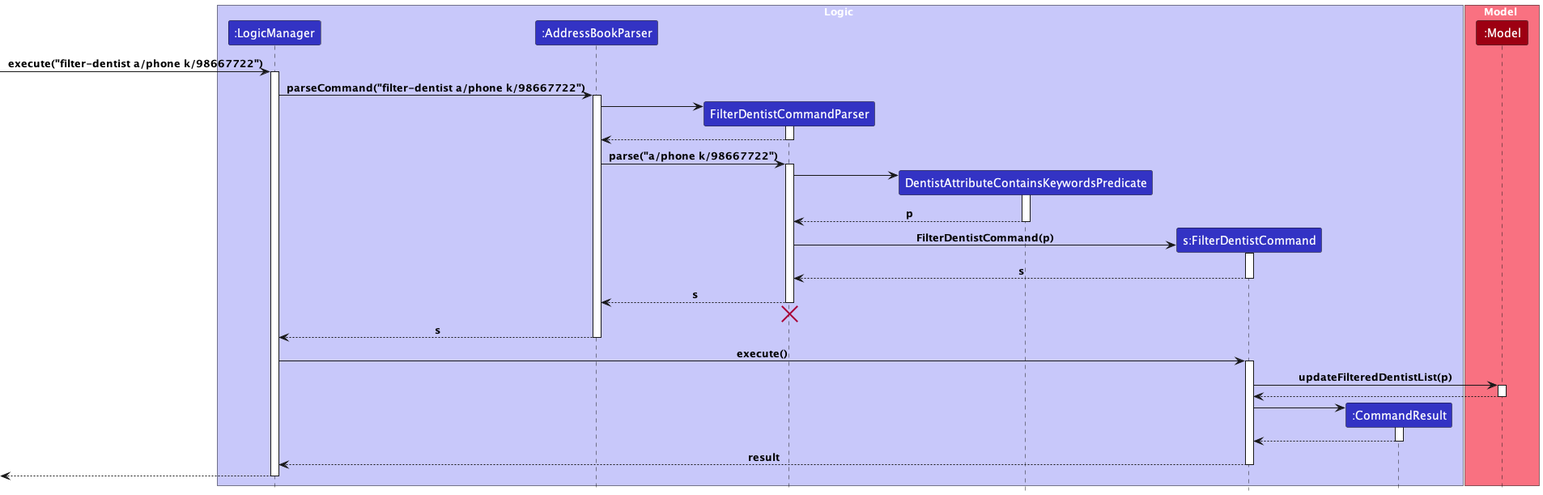
Earlier version of the PlantUML export docs/images/FilterDentistSequenceDiagram.png (techjay-c/tp). Source of this version:
```plantuml
@startuml
!include style.puml

box Logic LOGIC_COLOR_T1
participant ":LogicManager" as LogicManager LOGIC_COLOR
participant ":AddressBookParser" as AddressBookParser LOGIC_COLOR
participant "FilterDentistCommandParser" as FilterDentistCommandParser LOGIC_COLOR
participant "DentistAttributeContainsKeywordsPredicate" as Predicate LOGIC_COLOR
participant "s:FilterDentistCommand" as FilterDentistCommand LOGIC_COLOR
participant ":CommandResult" as CommandResult LOGIC_COLOR
end box

box Model MODEL_COLOR_T1
participant ":Model" as Model MODEL_COLOR
end box

[-> LogicManager : execute("filter-dentist a/phone k/98667722")
activate LogicManager

LogicManager -> AddressBookParser : parseCommand("filter-dentist a/phone k/98667722")
activate AddressBookParser

create FilterDentistCommandParser
AddressBookParser -> FilterDentistCommandParser
activate FilterDentistCommandParser

FilterDentistCommandParser --> AddressBookParser
deactivate FilterDentistCommandParser

AddressBookParser -> FilterDentistCommandParser : parse("a/phone k/98667722")
activate FilterDentistCommandParser

create Predicate
FilterDentistCommandParser -> Predicate
activate Predicate
Predicate --> FilterDentistCommandParser : p
deactivate Predicate

create FilterDentistCommand
FilterDentistCommandParser -> FilterDentistCommand : FilterDentistCommand(p)
activate FilterDentistCommand

FilterDentistCommand --> FilterDentistCommandParser : s
deactivate FilterDentistCommand

FilterDentistCommandParser --> AddressBookParser : s
deactivate FilterDentistCommandParser

FilterDentistCommandParser -[hidden]-> AddressBookParser
destroy FilterDentistCommandParser

AddressBookParser --> LogicManager : s
deactivate AddressBookParser

LogicManager -> FilterDentistCommand : execute()
activate FilterDentistCommand

FilterDentistCommand -> Model : updateFilteredDentistList(p)
activate Model

Model --> FilterDentistCommand
deactivate Model

create CommandResult
FilterDentistCommand -> CommandResult
activate CommandResult

CommandResult --> FilterDentistCommand
deactivate CommandResult

FilterDentistCommand --> LogicManager : result
deactivate FilterDentistCommand

[<--LogicManager
deactivate LogicManager
@enduml
```
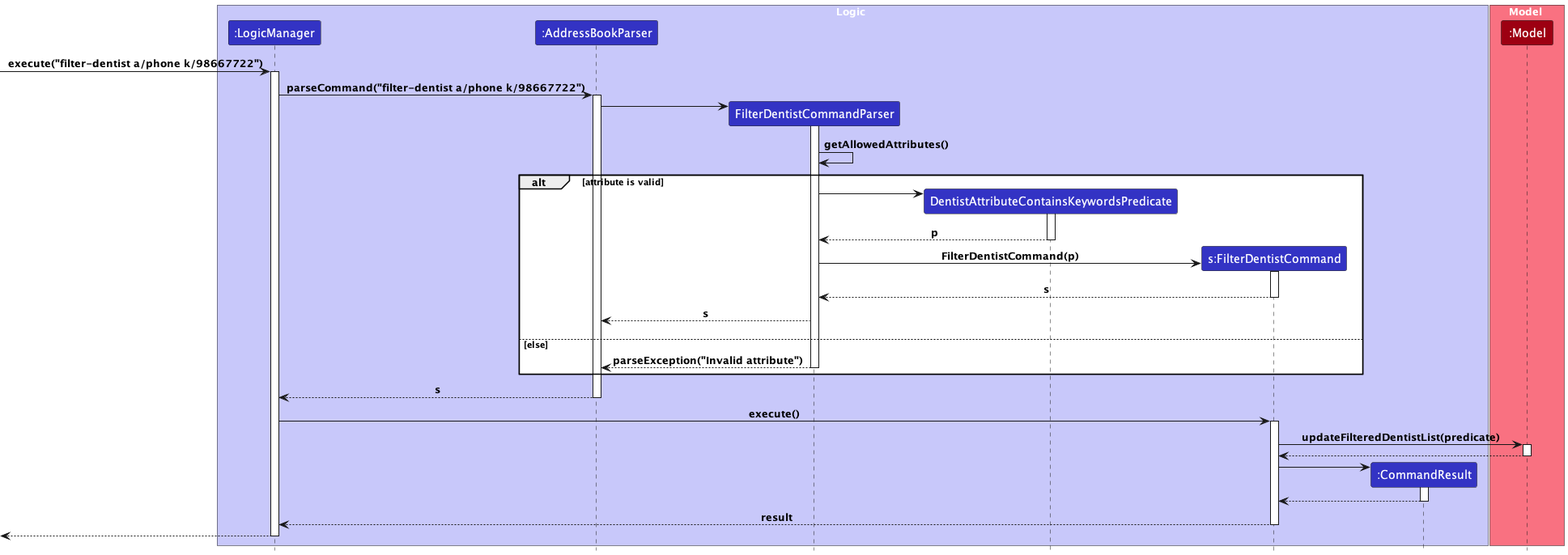
After the change.

Change to the diagram source:
```diff
@@ -21,33 +21,34 @@
 activate AddressBookParser
 
 create FilterDentistCommandParser
-AddressBookParser -> FilterDentistCommandParser
+AddressBookParser -> FilterDentistCommandParser :
 activate FilterDentistCommandParser
 
-FilterDentistCommandParser --> AddressBookParser
+FilterDentistCommandParser -> FilterDentistCommandParser : getAllowedAttributes()
+alt attribute is valid
+    create Predicate
+    FilterDentistCommandParser -> Predicate
+    activate Predicate
+    Predicate --> FilterDentistCommandParser : p
+    deactivate Predicate
+
+    create FilterDentistCommand
+    FilterDentistCommandParser -> FilterDentistCommand : FilterDentistCommand(p)
+    activate FilterDentistCommand
+
+    FilterDentistCommand --> FilterDentistCommandParser : s
+    deactivate FilterDentistCommand
+
+    FilterDentistCommandParser --> AddressBookParser : s
+
+    FilterDentistCommandParser -[hidden]-> AddressBookParser
+
+else else
+    FilterDentistCommandParser --> AddressBookParser : parseException("Invalid attribute")
 deactivate FilterDentistCommandParser
+end
 
-AddressBookParser -> FilterDentistCommandParser : parse("a/phone k/98667722")
-activate FilterDentistCommandParser
 
-create Predicate
-FilterDentistCommandParser -> Predicate
-activate Predicate
-Predicate --> FilterDentistCommandParser : p
-deactivate Predicate
-
-create FilterDentistCommand
-FilterDentistCommandParser -> FilterDentistCommand : FilterDentistCommand(p)
-activate FilterDentistCommand
-
-FilterDentistCommand --> FilterDentistCommandParser : s
-deactivate FilterDentistCommand
-
-FilterDentistCommandParser --> AddressBookParser : s
-deactivate FilterDentistCommandParser
-
-FilterDentistCommandParser -[hidden]-> AddressBookParser
-destroy FilterDentistCommandParser
 
 AddressBookParser --> LogicManager : s
 deactivate AddressBookParser
@@ -55,16 +56,14 @@
 LogicManager -> FilterDentistCommand : execute()
 activate FilterDentistCommand
 
-FilterDentistCommand -> Model : updateFilteredDentistList(p)
+FilterDentistCommand -> Model : updateFilteredDentistList(predicate)
 activate Model
-
 Model --> FilterDentistCommand
 deactivate Model
 
 create CommandResult
-FilterDentistCommand -> CommandResult
+FilterDentistCommand -> CommandResult :
 activate CommandResult
-
 CommandResult --> FilterDentistCommand
 deactivate CommandResult
 
```
